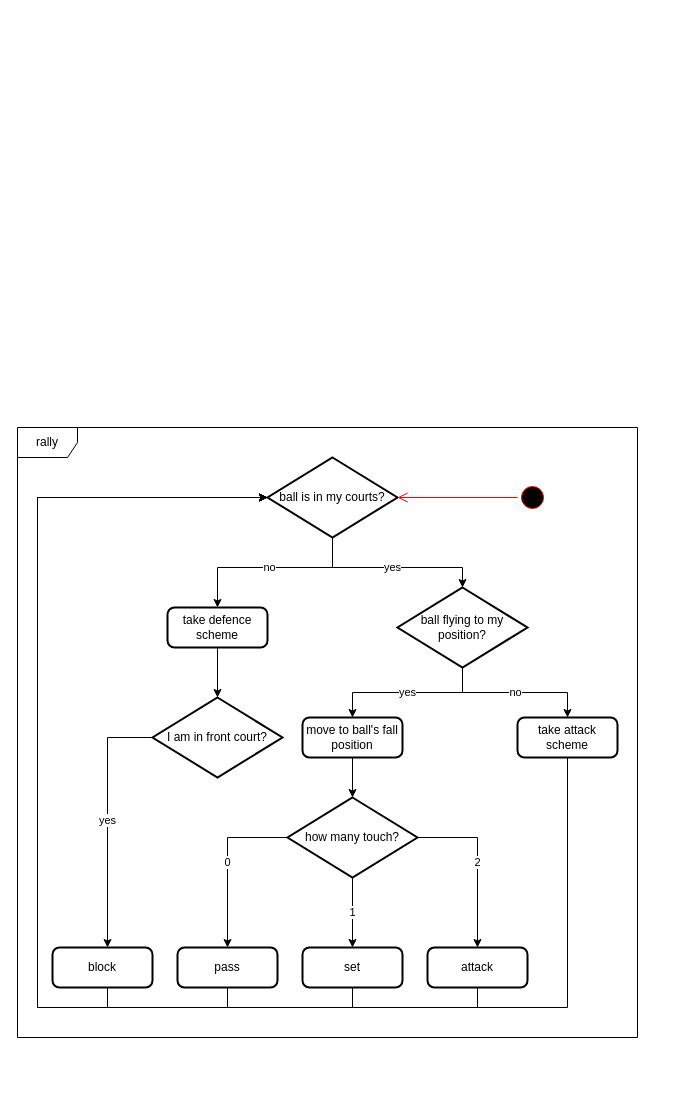
Before: Project/Documentation/Diagrams/rally.drawio in mikymaione/Folie, a draw.io diagram. Source tidied: cells renumbered, new cells numbered last; positions are measured from the earlier drawing's top-left corner, leaving out a move shared by most shapes. Both pictures are drawn from the tidied source at 100%, with x=0, y=0 at pixel (17, 427).
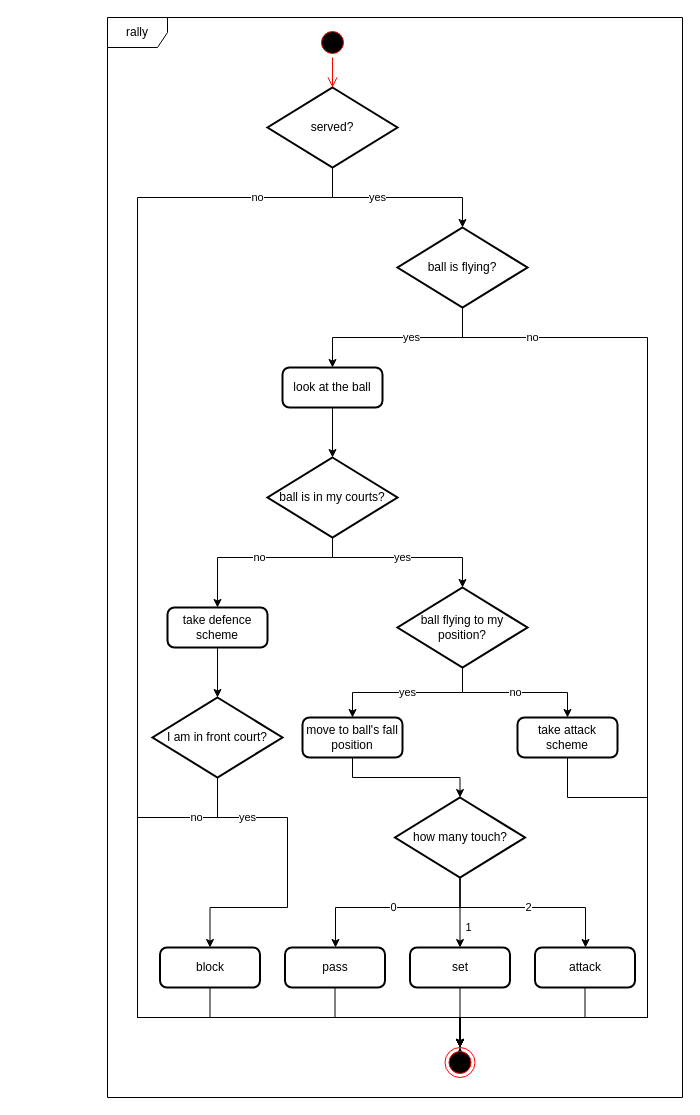
The same page after the edit.

Unchanged cells that the change refers to:
```xml
<mxCell id="3" value="ball flying to my position?" style="strokeWidth=2;html=1;shape=mxgraph.flowchart.decision;whiteSpace=wrap;" parent="1" vertex="1">
  <mxGeometry x="380" y="160" width="130" height="80" as="geometry" />
</mxCell>
<mxCell id="4" value="take defence scheme" style="rounded=1;whiteSpace=wrap;html=1;absoluteArcSize=1;arcSize=14;strokeWidth=2;" parent="1" vertex="1">
  <mxGeometry x="150" y="180" width="100" height="40" as="geometry" />
</mxCell>
<mxCell id="15" value="ball is in my courts?" style="strokeWidth=2;html=1;shape=mxgraph.flowchart.decision;whiteSpace=wrap;" parent="1" vertex="1">
  <mxGeometry x="250" y="30" width="130" height="80" as="geometry" />
</mxCell>
<mxCell id="18" value="take attack scheme" style="rounded=1;whiteSpace=wrap;html=1;absoluteArcSize=1;arcSize=14;strokeWidth=2;" parent="1" vertex="1">
  <mxGeometry x="500" y="290" width="100" height="40" as="geometry" />
</mxCell>
<mxCell id="20" value="I am in front court?" style="strokeWidth=2;html=1;shape=mxgraph.flowchart.decision;whiteSpace=wrap;" parent="1" vertex="1">
  <mxGeometry x="135" y="270" width="130" height="80" as="geometry" />
</mxCell>
```

What changed in the source:
```diff
@@
     <mxCell id="2" value="rally" style="shape=umlFrame;whiteSpace=wrap;html=1;" parent="1" vertex="1">
-      <mxGeometry width="620" height="610" as="geometry" />
+      <mxGeometry x="90" y="-410" width="575" height="1080" as="geometry" />
     </mxCell>
@@
     <mxCell id="6" value="how many touch?" style="strokeWidth=2;html=1;shape=mxgraph.flowchart.decision;whiteSpace=wrap;" parent="1" vertex="1">
-      <mxGeometry x="270" y="370" width="130" height="80" as="geometry" />
+      <mxGeometry x="377.5" y="370" width="130" height="80" as="geometry" />
     </mxCell>
     <mxCell id="7" value="pass" style="rounded=1;whiteSpace=wrap;html=1;absoluteArcSize=1;arcSize=14;strokeWidth=2;" parent="1" vertex="1">
-      <mxGeometry x="160" y="520" width="100" height="40" as="geometry" />
+      <mxGeometry x="267.5" y="520" width="100" height="40" as="geometry" />
     </mxCell>
     <mxCell id="8" value="set" style="rounded=1;whiteSpace=wrap;html=1;absoluteArcSize=1;arcSize=14;strokeWidth=2;" parent="1" vertex="1">
-      <mxGeometry x="285" y="520" width="100" height="40" as="geometry" />
+      <mxGeometry x="392.5" y="520" width="100" height="40" as="geometry" />
     </mxCell>
     <mxCell id="9" value="attack" style="rounded=1;whiteSpace=wrap;html=1;absoluteArcSize=1;arcSize=14;strokeWidth=2;" parent="1" vertex="1">
-      <mxGeometry x="410" y="520" width="100" height="40" as="geometry" />
+      <mxGeometry x="517.5" y="520" width="100" height="40" as="geometry" />
     </mxCell>
-    <mxCell id="10" value="0" style="endArrow=classic;html=1;edgeStyle=orthogonalEdgeStyle;rounded=0;" parent="1" edge="1" source="6" target="7">
-      <mxGeometry relative="1" as="geometry" />
+    <mxCell id="10" value="0" style="endArrow=classic;html=1;edgeStyle=orthogonalEdgeStyle;rounded=0;exitX=0.5;exitY=1;exitDx=0;exitDy=0;exitPerimeter=0;" parent="1" edge="1" source="6" target="7">
+      <mxGeometry relative="1" as="geometry">
+        <Array as="points">
+          <mxPoint x="443" y="480" />
+          <mxPoint x="318" y="480" />
+        </Array>
+      </mxGeometry>
     </mxCell>
     <mxCell id="11" value="1" style="endArrow=classic;html=1;edgeStyle=orthogonalEdgeStyle;rounded=0;" parent="1" edge="1" source="6" target="8">
-      <mxGeometry relative="1" as="geometry" />
+      <mxGeometry x="0.43" y="8" relative="1" as="geometry" />
     </mxCell>
-    <mxCell id="12" value="2" style="endArrow=classic;html=1;edgeStyle=orthogonalEdgeStyle;rounded=0;" parent="1" edge="1" source="6" target="9">
-      <mxGeometry relative="1" as="geometry" />
+    <mxCell id="12" value="2" style="endArrow=classic;html=1;edgeStyle=orthogonalEdgeStyle;rounded=0;exitX=0.5;exitY=1;exitDx=0;exitDy=0;exitPerimeter=0;" parent="1" edge="1" source="6" target="9">
+      <mxGeometry relative="1" as="geometry">
+        <Array as="points">
+          <mxPoint x="443" y="480" />
+          <mxPoint x="568" y="480" />
+        </Array>
+      </mxGeometry>
     </mxCell>
@@
     <mxCell id="16" value="yes" style="endArrow=classic;html=1;rounded=0;edgeStyle=orthogonalEdgeStyle;" parent="1" edge="1" source="15" target="3">
       <mxGeometry relative="1" as="geometry">
         <Array as="points">
-          <mxPoint x="315" y="140" />
-          <mxPoint x="445" y="140" />
+          <mxPoint x="315" y="130" />
+          <mxPoint x="445" y="130" />
         </Array>
       </mxGeometry>
     </mxCell>
     <mxCell id="17" value="no" style="endArrow=classic;html=1;edgeStyle=orthogonalEdgeStyle;rounded=0;" parent="1" edge="1" source="15" target="4">
       <mxGeometry relative="1" as="geometry">
         <Array as="points">
-          <mxPoint x="315" y="140" />
-          <mxPoint x="200" y="140" />
+          <mxPoint x="315" y="130" />
+          <mxPoint x="200" y="130" />
         </Array>
       </mxGeometry>
     </mxCell>
@@
     <mxCell id="22" value="block" style="rounded=1;whiteSpace=wrap;html=1;absoluteArcSize=1;arcSize=14;strokeWidth=2;" parent="1" vertex="1">
-      <mxGeometry x="35" y="520" width="100" height="40" as="geometry" />
+      <mxGeometry x="142.5" y="520" width="100" height="40" as="geometry" />
     </mxCell>
-    <mxCell id="23" value="yes" style="endArrow=classic;html=1;rounded=0;edgeStyle=orthogonalEdgeStyle;" parent="1" edge="1" source="20" target="22">
-      <mxGeometry relative="1" as="geometry">
+    <mxCell id="23" value="yes" style="endArrow=classic;html=1;rounded=0;edgeStyle=orthogonalEdgeStyle;exitX=0.5;exitY=1;exitDx=0;exitDy=0;exitPerimeter=0;entryX=0.5;entryY=0;entryDx=0;entryDy=0;" parent="1" edge="1" source="20" target="22">
+      <mxGeometry x="-0.56" relative="1" as="geometry">
         <Array as="points">
-          <mxPoint x="90" y="310" />
+          <mxPoint x="200" y="390" />
+          <mxPoint x="270" y="390" />
+          <mxPoint x="270" y="480" />
+          <mxPoint x="193" y="480" />
         </Array>
       </mxGeometry>
     </mxCell>
-    <mxCell id="24" style="endArrow=classic;html=1;rounded=0;edgeStyle=orthogonalEdgeStyle;" parent="1" edge="1" source="22" target="15">
+    <mxCell id="24" style="endArrow=classic;html=1;rounded=0;edgeStyle=orthogonalEdgeStyle;entryX=0.5;entryY=0;entryDx=0;entryDy=0;" parent="1" edge="1" source="22" target="40">
       <mxGeometry relative="1" as="geometry">
         <Array as="points">
-          <mxPoint x="90" y="580" />
-          <mxPoint x="20" y="580" />
-          <mxPoint x="20" y="70" />
+          <mxPoint x="193" y="590" />
+          <mxPoint x="443" y="590" />
         </Array>
       </mxGeometry>
     </mxCell>
-    <mxCell id="25" style="endArrow=classic;html=1;rounded=0;edgeStyle=orthogonalEdgeStyle;" parent="1" edge="1" source="7" target="15">
+    <mxCell id="25" style="endArrow=classic;html=1;rounded=0;edgeStyle=orthogonalEdgeStyle;entryX=0.5;entryY=0;entryDx=0;entryDy=0;" parent="1" edge="1" source="7" target="40">
       <mxGeometry relative="1" as="geometry">
         <Array as="points">
-          <mxPoint x="210" y="580" />
-          <mxPoint x="20" y="580" />
-          <mxPoint x="20" y="70" />
+          <mxPoint x="318" y="590" />
+          <mxPoint x="443" y="590" />
         </Array>
       </mxGeometry>
     </mxCell>
-    <mxCell id="26" style="endArrow=classic;html=1;rounded=0;edgeStyle=orthogonalEdgeStyle;" parent="1" edge="1" source="8" target="15">
+    <mxCell id="26" style="endArrow=classic;html=1;rounded=0;edgeStyle=orthogonalEdgeStyle;entryX=0.5;entryY=0;entryDx=0;entryDy=0;" parent="1" edge="1" source="8" target="40">
       <mxGeometry relative="1" as="geometry">
         <Array as="points">
-          <mxPoint x="335" y="580" />
-          <mxPoint x="20" y="580" />
-          <mxPoint x="20" y="70" />
+          <mxPoint x="443" y="630" />
+          <mxPoint x="443" y="630" />
         </Array>
       </mxGeometry>
     </mxCell>
-    <mxCell id="27" style="endArrow=classic;html=1;rounded=0;edgeStyle=orthogonalEdgeStyle;" parent="1" edge="1" source="9" target="15">
+    <mxCell id="27" style="endArrow=classic;html=1;rounded=0;edgeStyle=orthogonalEdgeStyle;entryX=0.5;entryY=0;entryDx=0;entryDy=0;" parent="1" edge="1" source="9" target="40">
       <mxGeometry relative="1" as="geometry">
         <Array as="points">
-          <mxPoint x="460" y="580" />
-          <mxPoint x="20" y="580" />
-          <mxPoint x="20" y="70" />
+          <mxPoint x="568" y="590" />
+          <mxPoint x="443" y="590" />
         </Array>
       </mxGeometry>
     </mxCell>
-    <mxCell id="28" style="endArrow=classic;html=1;rounded=0;edgeStyle=orthogonalEdgeStyle;" parent="1" edge="1" source="18" target="15">
+    <mxCell id="28" style="endArrow=classic;html=1;rounded=0;edgeStyle=orthogonalEdgeStyle;entryX=0.5;entryY=0;entryDx=0;entryDy=0;" parent="1" edge="1" source="18" target="40">
       <mxGeometry relative="1" as="geometry">
         <Array as="points">
-          <mxPoint x="550" y="580" />
-          <mxPoint x="20" y="580" />
-          <mxPoint x="20" y="70" />
+          <mxPoint x="550" y="370" />
+          <mxPoint x="630" y="370" />
+          <mxPoint x="630" y="590" />
+          <mxPoint x="443" y="590" />
         </Array>
       </mxGeometry>
     </mxCell>
     <mxCell id="29" style="ellipse;html=1;shape=startState;fillColor=#000000;strokeColor=#ff0000;" parent="1" vertex="1">
-      <mxGeometry x="500" y="55" width="30" height="30" as="geometry" />
+      <mxGeometry x="300" y="-400" width="30" height="30" as="geometry" />
     </mxCell>
-    <mxCell id="30" style="edgeStyle=orthogonalEdgeStyle;html=1;verticalAlign=bottom;endArrow=open;endSize=8;strokeColor=#ff0000;rounded=0;" parent="1" edge="1" source="29" target="15">
+    <mxCell id="30" style="edgeStyle=orthogonalEdgeStyle;html=1;verticalAlign=bottom;endArrow=open;endSize=8;strokeColor=#ff0000;rounded=0;" parent="1" edge="1" source="29" target="35">
       <mxGeometry relative="1" as="geometry" />
     </mxCell>
+    <mxCell id="31" value="ball is flying?" style="strokeWidth=2;html=1;shape=mxgraph.flowchart.decision;whiteSpace=wrap;" parent="1" vertex="1">
+      <mxGeometry x="380" y="-200" width="130" height="80" as="geometry" />
+    </mxCell>
+    <mxCell id="32" value="yes" style="endArrow=classic;html=1;rounded=0;edgeStyle=orthogonalEdgeStyle;exitX=0.5;exitY=1;exitDx=0;exitDy=0;exitPerimeter=0;" parent="1" edge="1" source="31" target="33">
+      <mxGeometry x="-0.15" relative="1" as="geometry" />
+    </mxCell>
+    <mxCell id="33" value="look at the ball" style="rounded=1;whiteSpace=wrap;html=1;absoluteArcSize=1;arcSize=14;strokeWidth=2;" parent="1" vertex="1">
+      <mxGeometry x="265" y="-60" width="100" height="40" as="geometry" />
+    </mxCell>
+    <mxCell id="34" style="endArrow=classic;html=1;edgeStyle=orthogonalEdgeStyle;rounded=0;exitX=0.5;exitY=1;exitDx=0;exitDy=0;" parent="1" edge="1" source="33" target="15">
+      <mxGeometry relative="1" as="geometry" />
+    </mxCell>
+    <mxCell id="35" value="served?" style="strokeWidth=2;html=1;shape=mxgraph.flowchart.decision;whiteSpace=wrap;" parent="1" vertex="1">
+      <mxGeometry x="250" y="-340" width="130" height="80" as="geometry" />
+    </mxCell>
+    <mxCell id="36" value="yes" style="endArrow=classic;html=1;rounded=0;edgeStyle=orthogonalEdgeStyle;exitX=0.5;exitY=1;exitDx=0;exitDy=0;exitPerimeter=0;entryX=0.5;entryY=0;entryDx=0;entryDy=0;entryPerimeter=0;" parent="1" edge="1" source="35" target="31">
+      <mxGeometry x="-0.21" relative="1" as="geometry" />
+    </mxCell>
+    <mxCell id="37" value="no" style="endArrow=classic;html=1;rounded=0;edgeStyle=orthogonalEdgeStyle;exitX=0.5;exitY=1;exitDx=0;exitDy=0;exitPerimeter=0;entryX=0.5;entryY=0;entryDx=0;entryDy=0;" parent="1" edge="1" source="35" target="40">
+      <mxGeometry x="-0.85" relative="1" as="geometry">
+        <Array as="points">
+          <mxPoint x="315" y="-230" />
+          <mxPoint x="120" y="-230" />
+          <mxPoint x="120" y="590" />
+          <mxPoint x="443" y="590" />
+        </Array>
+      </mxGeometry>
+    </mxCell>
+    <mxCell id="38" value="no" style="endArrow=classic;html=1;rounded=0;edgeStyle=orthogonalEdgeStyle;exitX=0.5;exitY=1;exitDx=0;exitDy=0;exitPerimeter=0;entryX=0.5;entryY=0;entryDx=0;entryDy=0;" parent="1" edge="1" source="31" target="40">
+      <mxGeometry x="-0.82" relative="1" as="geometry">
+        <Array as="points">
+          <mxPoint x="445" y="-90" />
+          <mxPoint x="630" y="-90" />
+          <mxPoint x="630" y="590" />
+          <mxPoint x="443" y="590" />
+        </Array>
+      </mxGeometry>
+    </mxCell>
+    <mxCell id="39" value="no" style="endArrow=classic;html=1;rounded=0;edgeStyle=orthogonalEdgeStyle;exitX=0.5;exitY=1;exitDx=0;exitDy=0;exitPerimeter=0;entryX=0.5;entryY=0;entryDx=0;entryDy=0;" parent="1" edge="1" source="20" target="40">
+      <mxGeometry x="-0.82" relative="1" as="geometry">
+        <Array as="points">
+          <mxPoint x="200" y="390" />
+          <mxPoint x="120" y="390" />
+          <mxPoint x="120" y="590" />
+          <mxPoint x="443" y="590" />
+        </Array>
+      </mxGeometry>
+    </mxCell>
+    <mxCell id="40" style="ellipse;html=1;shape=endState;fillColor=#000000;strokeColor=#ff0000;" parent="1" vertex="1">
+      <mxGeometry x="427.5" y="620" width="30" height="30" as="geometry" />
+    </mxCell>
```
